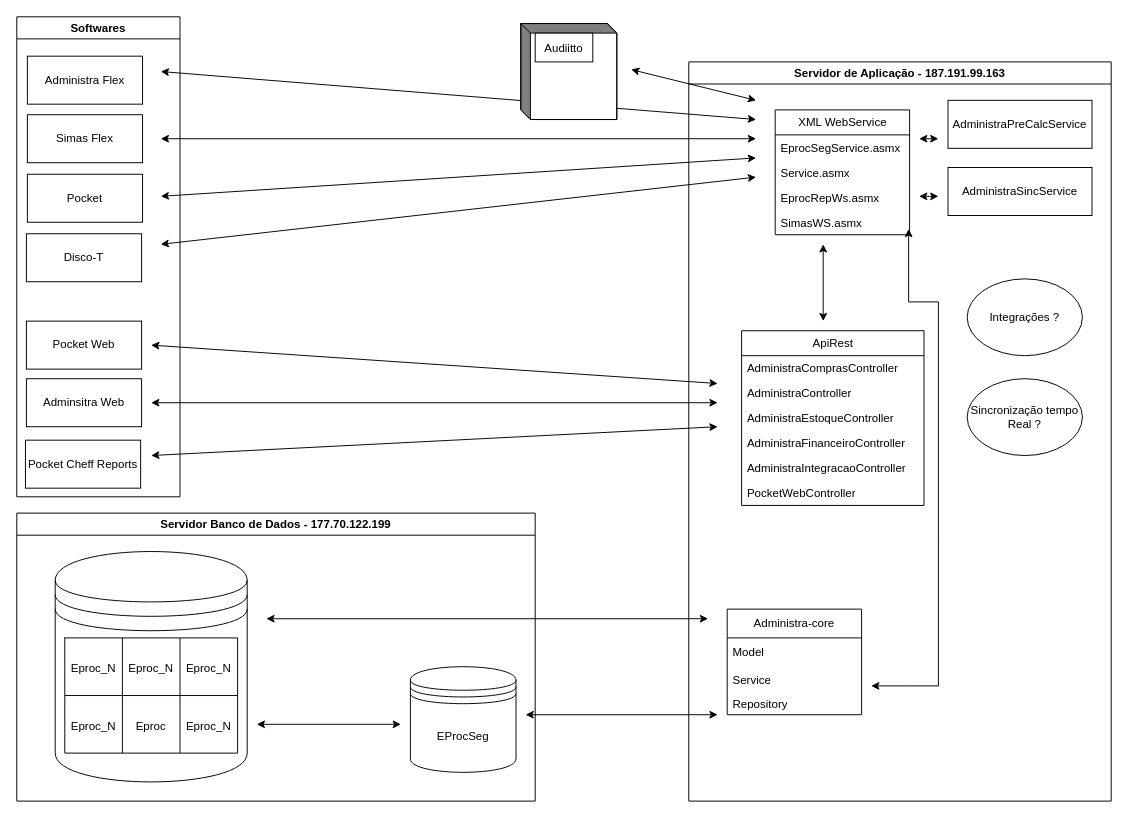
Before: Diagrama sem nome.drawio in inforic/dasa, a draw.io diagram. Source tidied: cells renumbered, new cells numbered last; positions are measured from the earlier drawing's top-left corner, leaving out a move shared by most shapes. Both pictures are drawn from the tidied source at 96%, with x=0, y=0 at pixel (16, 16).
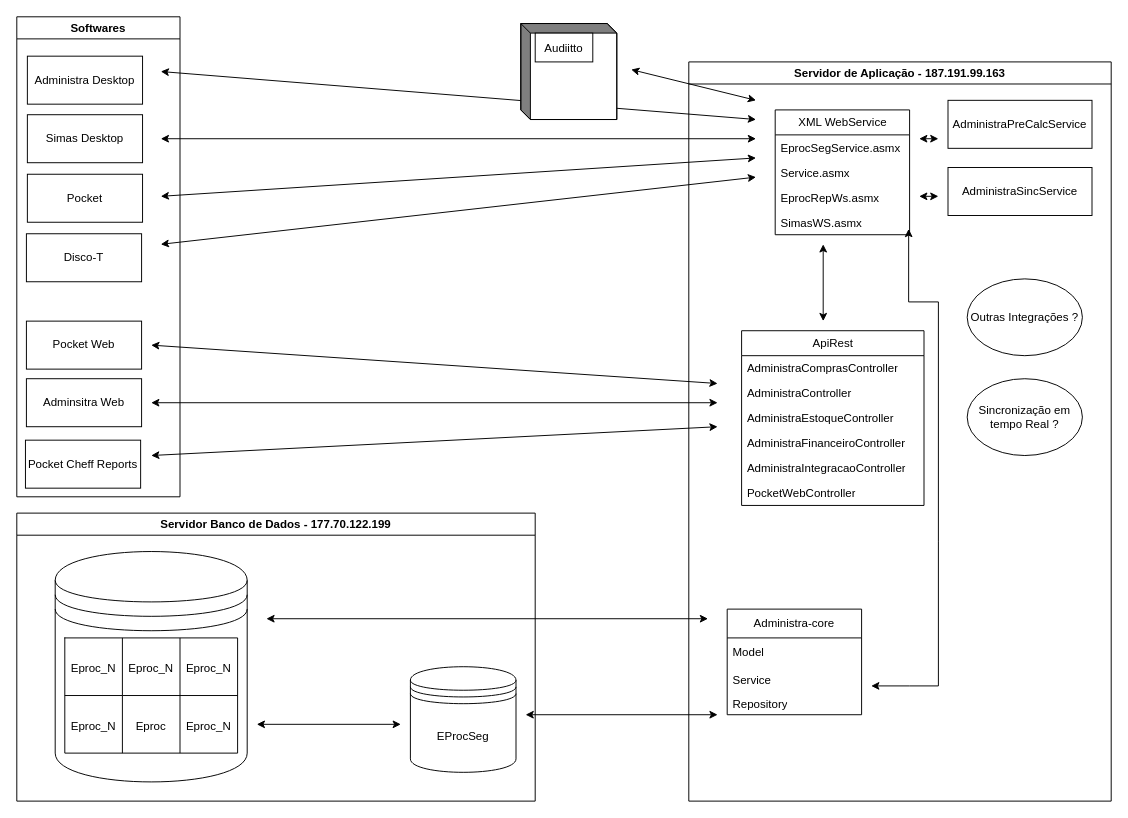
The same page after the edit.

Unchanged cells that the change refers to:
```xml
<mxCell id="2" value="Servidor de Aplicação - 187.191.99.163" style="swimlane;" parent="1" vertex="1">
  <mxGeometry x="700" y="47" width="440" height="770" as="geometry" />
</mxCell>
<mxCell id="50" value="Softwares" style="swimlane;whiteSpace=wrap;html=1;" parent="1" vertex="1">
  <mxGeometry width="170" height="500" as="geometry" />
</mxCell>
```

The edit, as a diff of the source:
```diff
@@
-    <mxCell id="26" value="Integrações ?" style="ellipse;whiteSpace=wrap;html=1;" parent="2" vertex="1">
+    <mxCell id="26" value="Outras Integrações ?" style="ellipse;whiteSpace=wrap;html=1;" parent="2" vertex="1">
       <mxGeometry x="290" y="226" width="120" height="80" as="geometry" />
     </mxCell>
-    <mxCell id="27" value="Sincronização tempo Real ?" style="ellipse;whiteSpace=wrap;html=1;" parent="2" vertex="1">
+    <mxCell id="27" value="Sincronização em tempo Real ?" style="ellipse;whiteSpace=wrap;html=1;" parent="2" vertex="1">
       <mxGeometry x="290" y="330" width="120" height="80" as="geometry" />
     </mxCell>
@@
-    <mxCell id="56" value="Simas Flex" style="rounded=0;whiteSpace=wrap;html=1;" parent="50" vertex="1">
+    <mxCell id="56" value="Simas Desktop" style="rounded=0;whiteSpace=wrap;html=1;" parent="50" vertex="1">
       <mxGeometry x="11" y="102" width="120" height="50" as="geometry" />
     </mxCell>
-    <mxCell id="57" value="Administra Flex" style="rounded=0;whiteSpace=wrap;html=1;" parent="50" vertex="1">
+    <mxCell id="57" value="Administra Desktop" style="rounded=0;whiteSpace=wrap;html=1;" parent="50" vertex="1">
       <mxGeometry x="11" y="41" width="120" height="50" as="geometry" />
     </mxCell>
```
